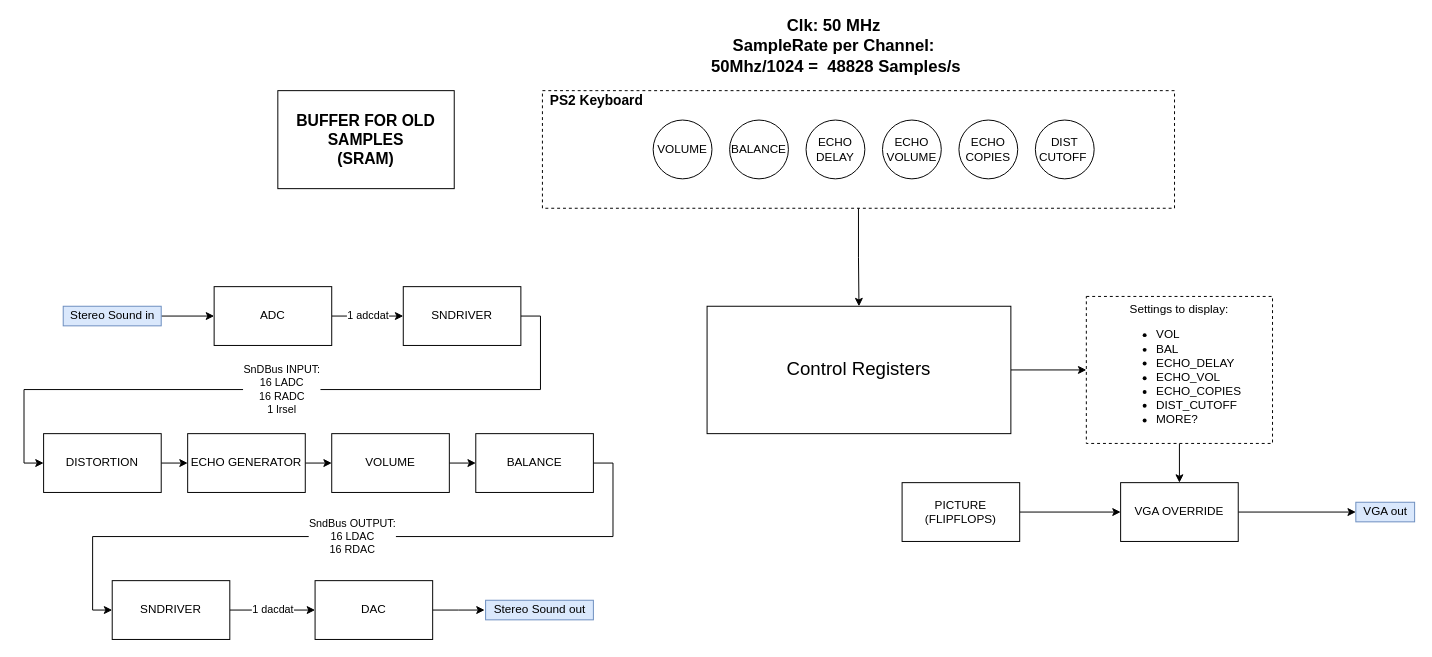
This is Documentation/blockdiagram.drawio from JoeyStrandnes/TSIU03-VHDL-Gang, a draw.io file, before an edit. Source tidied: cells renumbered, new cells numbered last; positions are measured from the earlier drawing's top-left corner, leaving out a move shared by most shapes. Both pictures are drawn from the tidied source at 98%, with x=0, y=0 at pixel (43, 22).
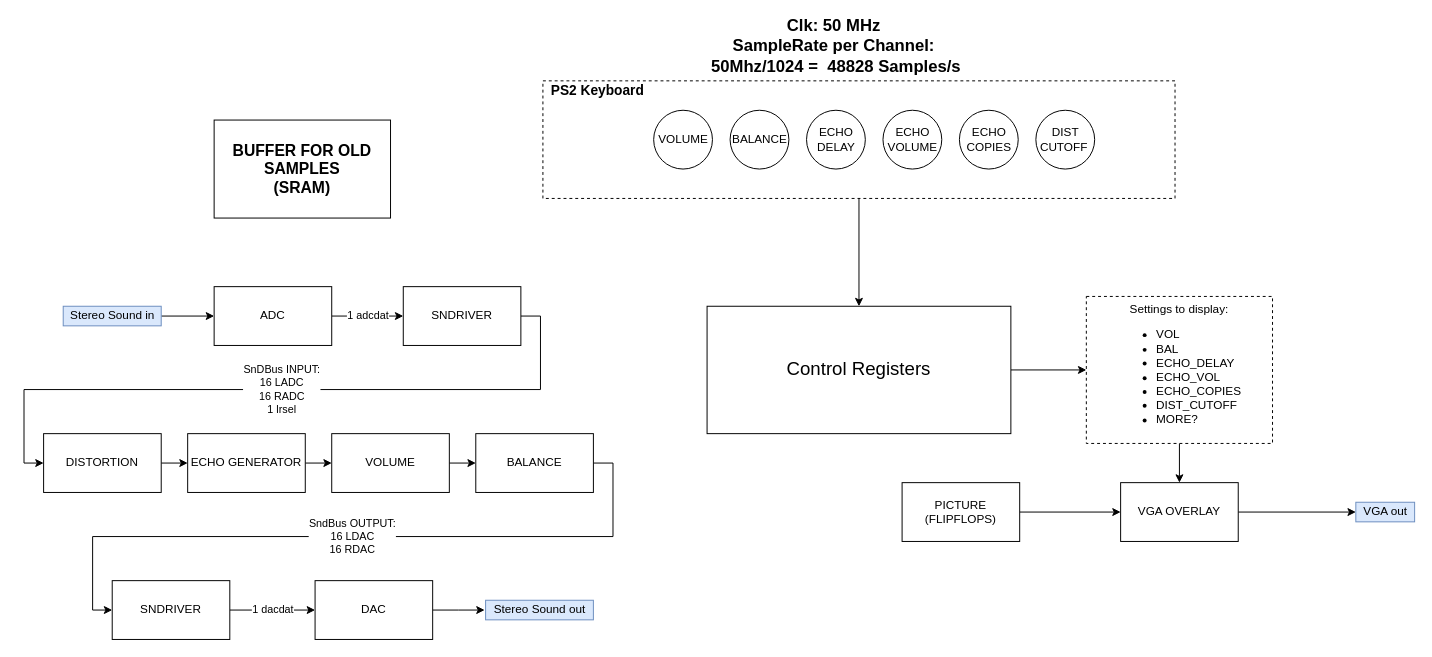
The same diagram, later.

Commit message:
Blockdiagram mer

What changed in the source:
```diff
@@
-    <mxCell id="10" value="VGA OVERRIDE&lt;br&gt;" style="rounded=0;whiteSpace=wrap;html=1;" parent="1" vertex="1">
+    <mxCell id="10" value="VGA OVERLAY" style="rounded=0;whiteSpace=wrap;html=1;" parent="1" vertex="1">
       <mxGeometry x="1099" y="470" width="120" height="60" as="geometry" />
     </mxCell>
@@
     <mxCell id="31" style="group;" parent="1" vertex="1">
-      <mxGeometry x="509" y="70" width="645" height="120" as="geometry" />
+      <mxGeometry x="509.5" y="60" width="645" height="120" as="geometry" />
     </mxCell>
@@
     <mxCell id="41" value="&lt;b style=&quot;font-size: 16px&quot;&gt;BUFFER FOR OLD SAMPLES&lt;br&gt;(SRAM)&lt;br&gt;&lt;/b&gt;" style="rounded=0;whiteSpace=wrap;html=1;shadow=0;fillColor=none;" parent="1" vertex="1">
-      <mxGeometry x="239" y="70" width="180" height="100" as="geometry" />
+      <mxGeometry x="174" y="100" width="180" height="100" as="geometry" />
     </mxCell>
```
